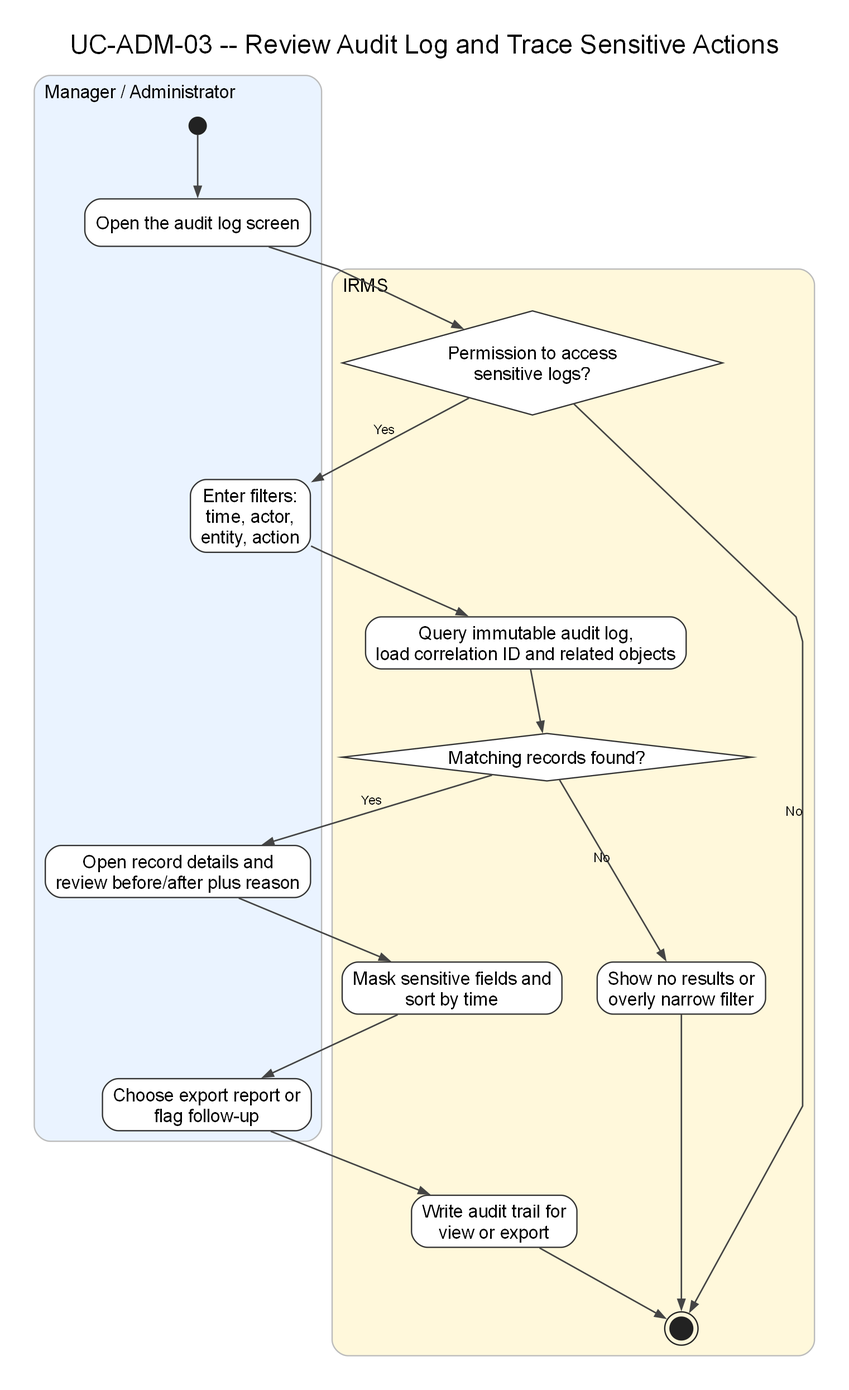
The Graphviz diagram assets/diagrams/rendered/activity/uc-adm-03-review-audit-log.png in lehoangluan1/SA_IRMS, before a commit. Its source is kept beside it as assets/diagrams/source/activity/uc-adm-03-review-audit-log.dot.
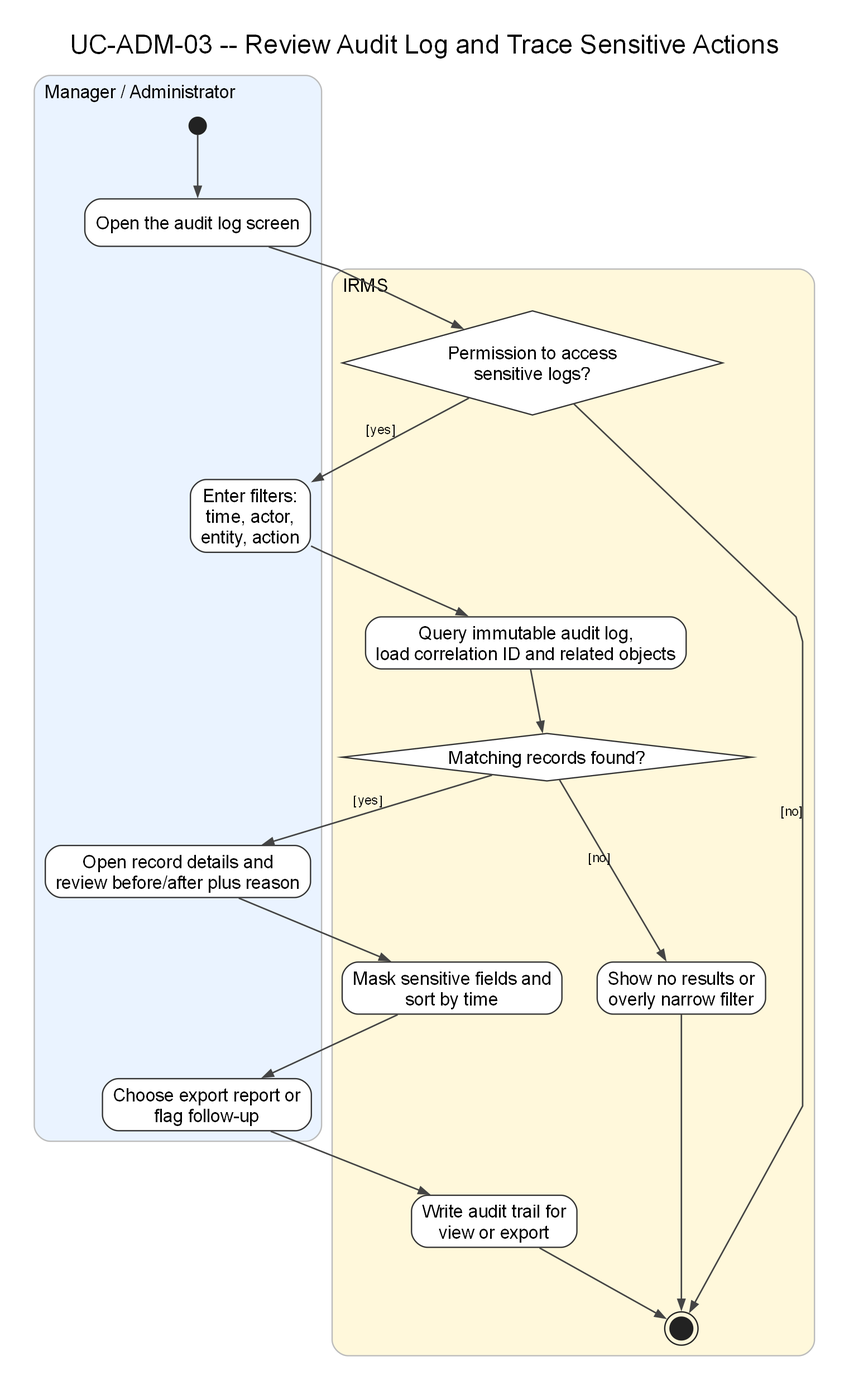
The same diagram one commit later.

What changed in the source:
```diff
@@ -29,12 +29,12 @@
 
   n0 -> n1;
   n1 -> n2;
-  n2 -> n3 [xlabel="Yes"];
-  n2 -> n11 [xlabel="No"];
+  n2 -> n3 [xlabel="[yes]"];
+  n2 -> n11 [xlabel="[no]"];
   n3 -> n4;
   n4 -> n5;
-  n5 -> n8 [xlabel="Yes"];
-  n5 -> n6 [xlabel="No"];
+  n5 -> n8 [xlabel="[yes]"];
+  n5 -> n6 [xlabel="[no]"];
   n6 -> n11;
   n8 -> n7;
   n7 -> n10;
```
